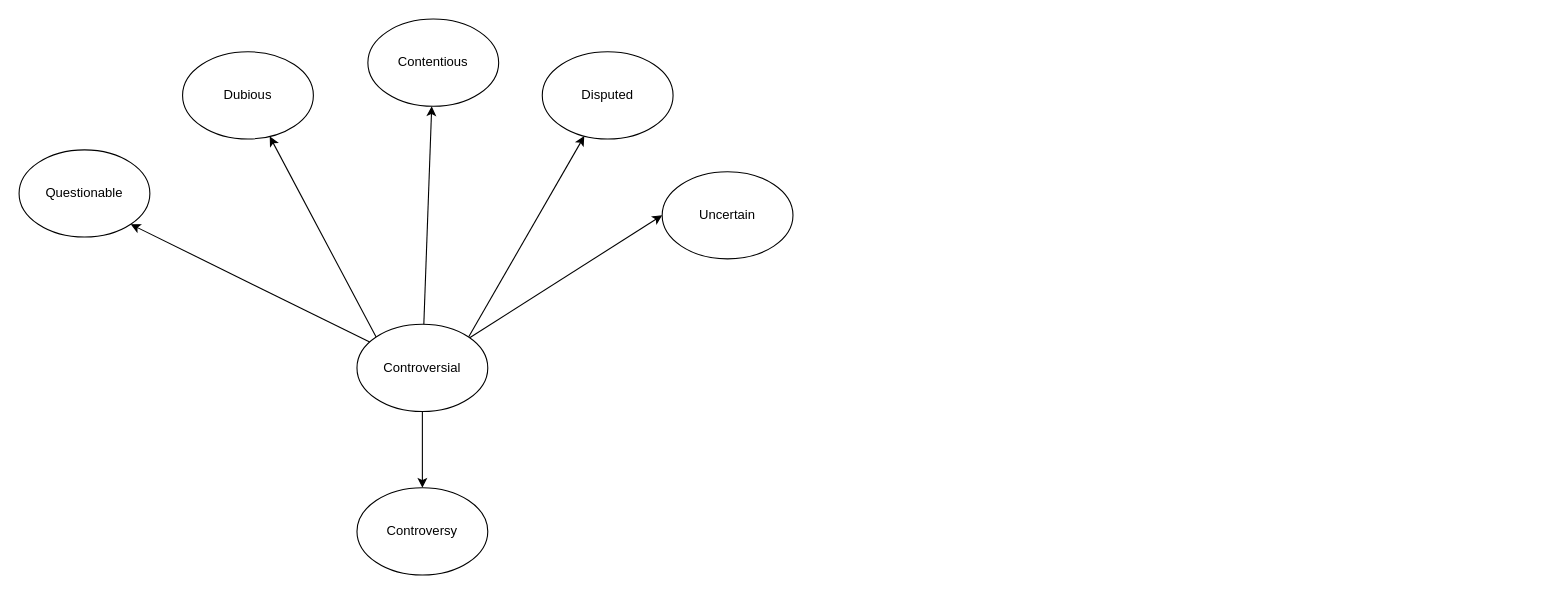
The draw.io diagram english.drawio in hoanglechanhtu/english, before the edit. Source tidied: cells renumbered, new cells numbered last; positions are measured from the earlier drawing's top-left corner, leaving out a move shared by most shapes. Both pictures are drawn from the tidied source at 109%, with x=0, y=0 at pixel (19, 19).
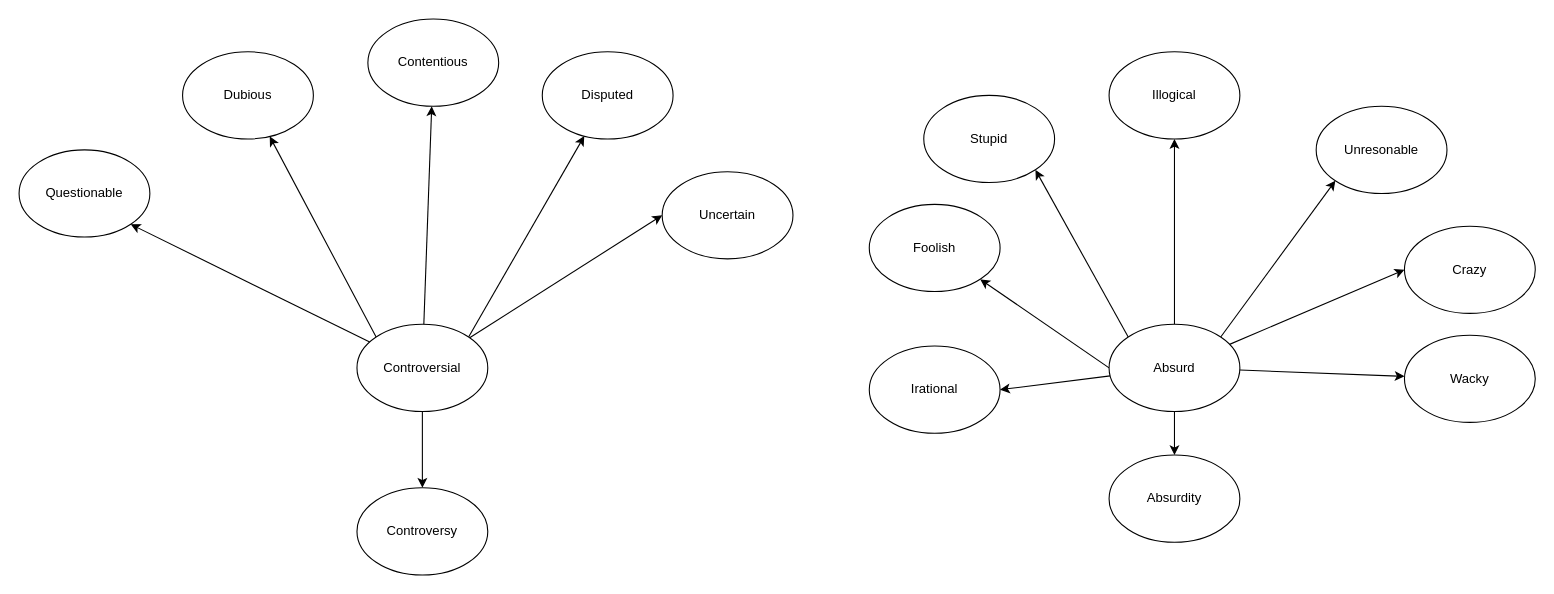
The same diagram, later.

Diff of the diagram source:
```diff
@@
+    <mxCell id="15" style="edgeStyle=none;rounded=0;jettySize=auto;html=1;" parent="1" edge="1" source="23" target="24">
+      <mxGeometry relative="1" as="geometry" />
+    </mxCell>
+    <mxCell id="16" style="edgeStyle=none;rounded=0;jettySize=auto;html=1;exitX=1;exitY=0;exitDx=0;exitDy=0;entryX=0;entryY=1;entryDx=0;entryDy=0;" parent="1" edge="1" source="23" target="25">
+      <mxGeometry relative="1" as="geometry" />
+    </mxCell>
+    <mxCell id="17" style="edgeStyle=none;rounded=0;jettySize=auto;html=1;entryX=0;entryY=0.5;entryDx=0;entryDy=0;" parent="1" edge="1" source="23" target="26">
+      <mxGeometry relative="1" as="geometry" />
+    </mxCell>
+    <mxCell id="18" style="edgeStyle=none;rounded=0;jettySize=auto;html=1;exitX=0;exitY=0;exitDx=0;exitDy=0;entryX=1;entryY=1;entryDx=0;entryDy=0;" parent="1" edge="1" source="23" target="27">
+      <mxGeometry relative="1" as="geometry" />
+    </mxCell>
+    <mxCell id="19" style="edgeStyle=none;rounded=0;jettySize=auto;html=1;exitX=0;exitY=0.5;exitDx=0;exitDy=0;" parent="1" edge="1" source="23" target="28">
+      <mxGeometry relative="1" as="geometry" />
+    </mxCell>
+    <mxCell id="20" style="edgeStyle=none;rounded=0;jettySize=auto;html=1;entryX=1;entryY=0.5;entryDx=0;entryDy=0;" parent="1" edge="1" source="23" target="29">
+      <mxGeometry relative="1" as="geometry" />
+    </mxCell>
+    <mxCell id="21" style="edgeStyle=none;rounded=0;jettySize=auto;html=1;" parent="1" edge="1" source="23" target="30">
+      <mxGeometry relative="1" as="geometry" />
+    </mxCell>
+    <mxCell id="22" style="edgeStyle=none;rounded=0;jettySize=auto;html=1;" parent="1" edge="1" source="23" target="31">
+      <mxGeometry relative="1" as="geometry" />
+    </mxCell>
+    <mxCell id="23" value="Absurd" style="ellipse;whiteSpace=wrap;html=1;" parent="1" vertex="1">
+      <mxGeometry x="1000" y="280" width="120" height="80" as="geometry" />
+    </mxCell>
+    <mxCell id="24" value="Illogical" style="ellipse;whiteSpace=wrap;html=1;" parent="1" vertex="1">
+      <mxGeometry x="1000" y="30" width="120" height="80" as="geometry" />
+    </mxCell>
+    <mxCell id="25" value="Unresonable" style="ellipse;whiteSpace=wrap;html=1;" parent="1" vertex="1">
+      <mxGeometry x="1190" y="80" width="120" height="80" as="geometry" />
+    </mxCell>
+    <mxCell id="26" value="Crazy" style="ellipse;whiteSpace=wrap;html=1;" parent="1" vertex="1">
+      <mxGeometry x="1271" y="190" width="120" height="80" as="geometry" />
+    </mxCell>
+    <mxCell id="27" value="Stupid" style="ellipse;whiteSpace=wrap;html=1;" parent="1" vertex="1">
+      <mxGeometry x="830" y="70" width="120" height="80" as="geometry" />
+    </mxCell>
+    <mxCell id="28" value="Foolish" style="ellipse;whiteSpace=wrap;html=1;" parent="1" vertex="1">
+      <mxGeometry x="780" y="170" width="120" height="80" as="geometry" />
+    </mxCell>
+    <mxCell id="29" value="Irational" style="ellipse;whiteSpace=wrap;html=1;" parent="1" vertex="1">
+      <mxGeometry x="780" y="300" width="120" height="80" as="geometry" />
+    </mxCell>
+    <mxCell id="30" value="Wacky" style="ellipse;whiteSpace=wrap;html=1;" parent="1" vertex="1">
+      <mxGeometry x="1271" y="290" width="120" height="80" as="geometry" />
+    </mxCell>
+    <mxCell id="31" value="Absurdity" style="ellipse;whiteSpace=wrap;html=1;" parent="1" vertex="1">
+      <mxGeometry x="1000" y="400" width="120" height="80" as="geometry" />
+    </mxCell>
```
